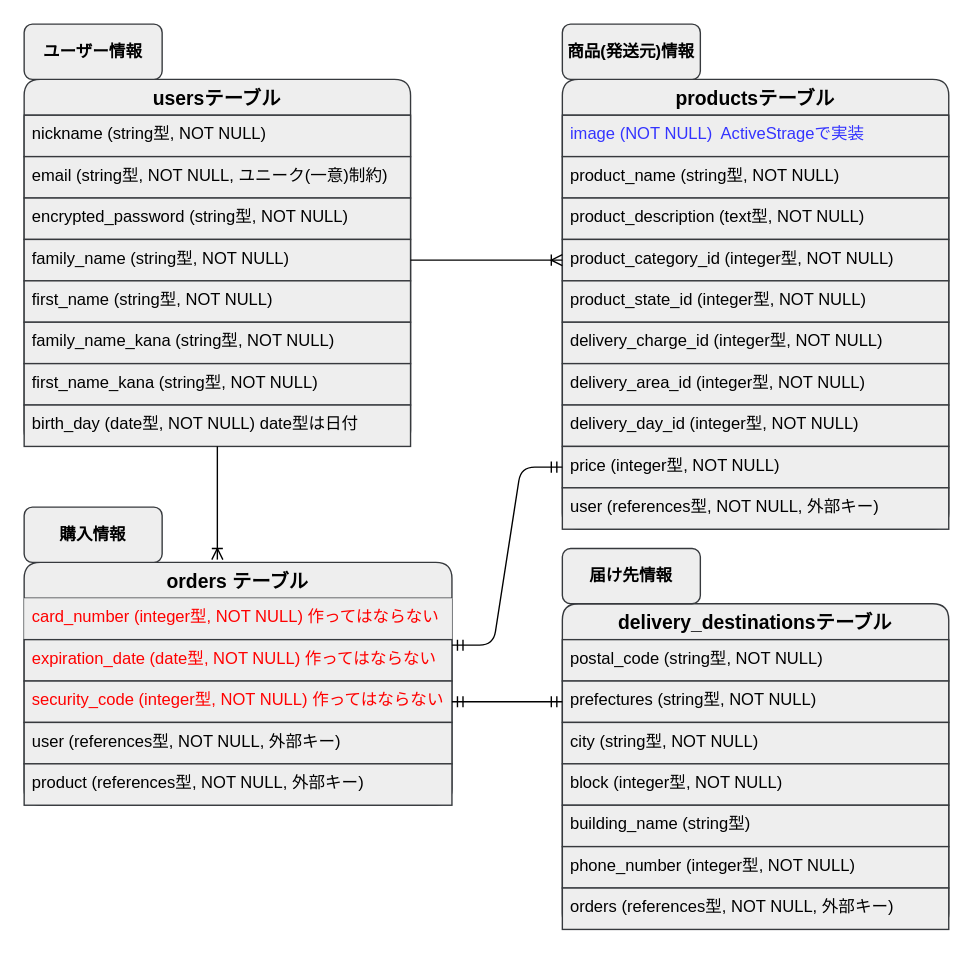
yoshitarotsuda/furima-37166 keeps this draw.io diagram as ER図.dio. Above is the earlier version. Source tidied: cells renumbered, new cells numbered last; positions are measured from the earlier drawing's top-left corner, leaving out a move shared by most shapes. Both pictures are drawn from the tidied source at 138%, with x=0, y=0 at pixel (23, 23).
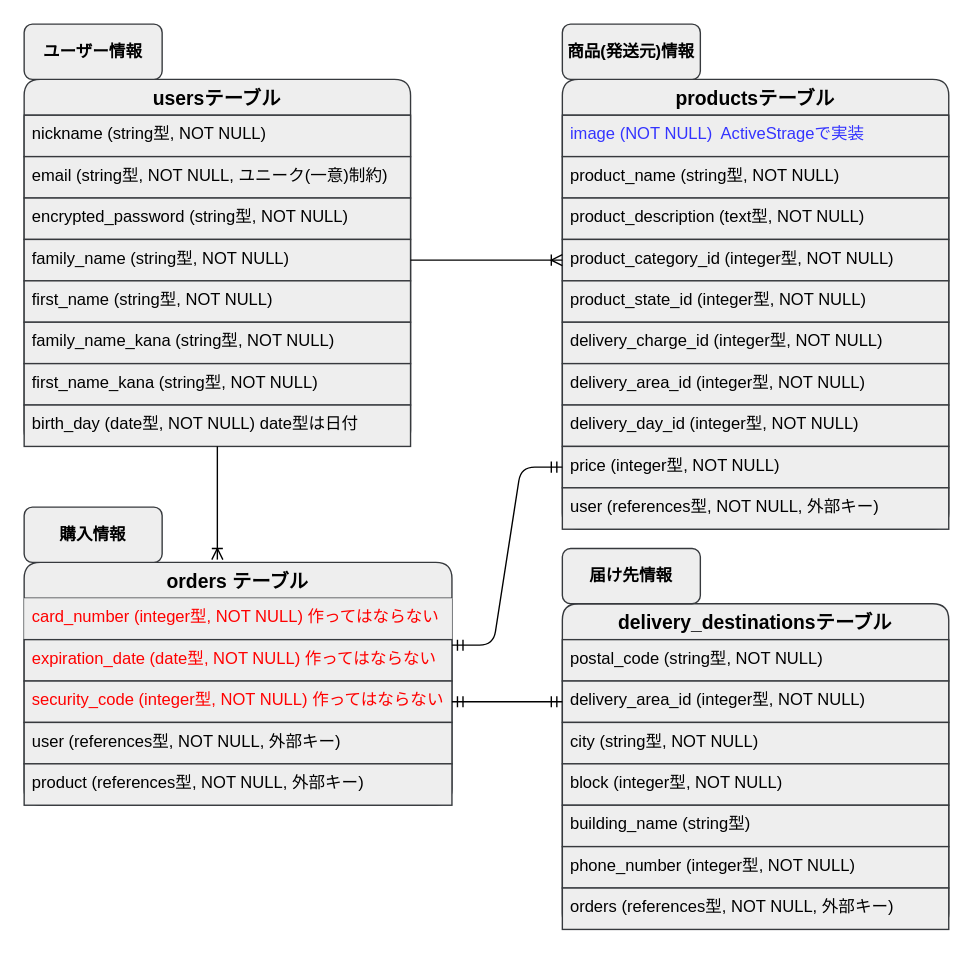
After the change.

Commit message (it also covers changes not shown here):
配送先のカラム名の変更

Unchanged cells that the change refers to:
```xml
<mxCell id="30" value="delivery_destinationsテーブル" style="swimlane;fontStyle=1;horizontal=1;startSize=26;align=center;fontSize=14;rounded=1;labelBackgroundColor=none;fillColor=#eeeeee;strokeColor=#36393d;fontColor=#000000;" parent="1" vertex="1">
  <mxGeometry x="390" y="420" width="280" height="236" as="geometry" />
</mxCell>
```

Change to the diagram source:
```diff
@@
-    <mxCell id="32" value="prefectures (string型, NOT NULL)" style="text;strokeColor=#36393d;fillColor=#eeeeee;spacingLeft=4;spacingRight=4;overflow=hidden;fontSize=12;fontColor=#000000;" parent="30" vertex="1">
-      <mxGeometry y="56" width="280" height="30" as="geometry" />
-    </mxCell>
+    <mxCell id="46" value="delivery_area_id (integer型, NOT NULL)" style="text;strokeColor=#36393d;fillColor=#eeeeee;spacingLeft=4;spacingRight=4;overflow=hidden;fontSize=12;fontColor=#000000;" parent="30" vertex="1">
+      <mxGeometry y="56" width="280" height="30" as="geometry" />
+    </mxCell>
```
